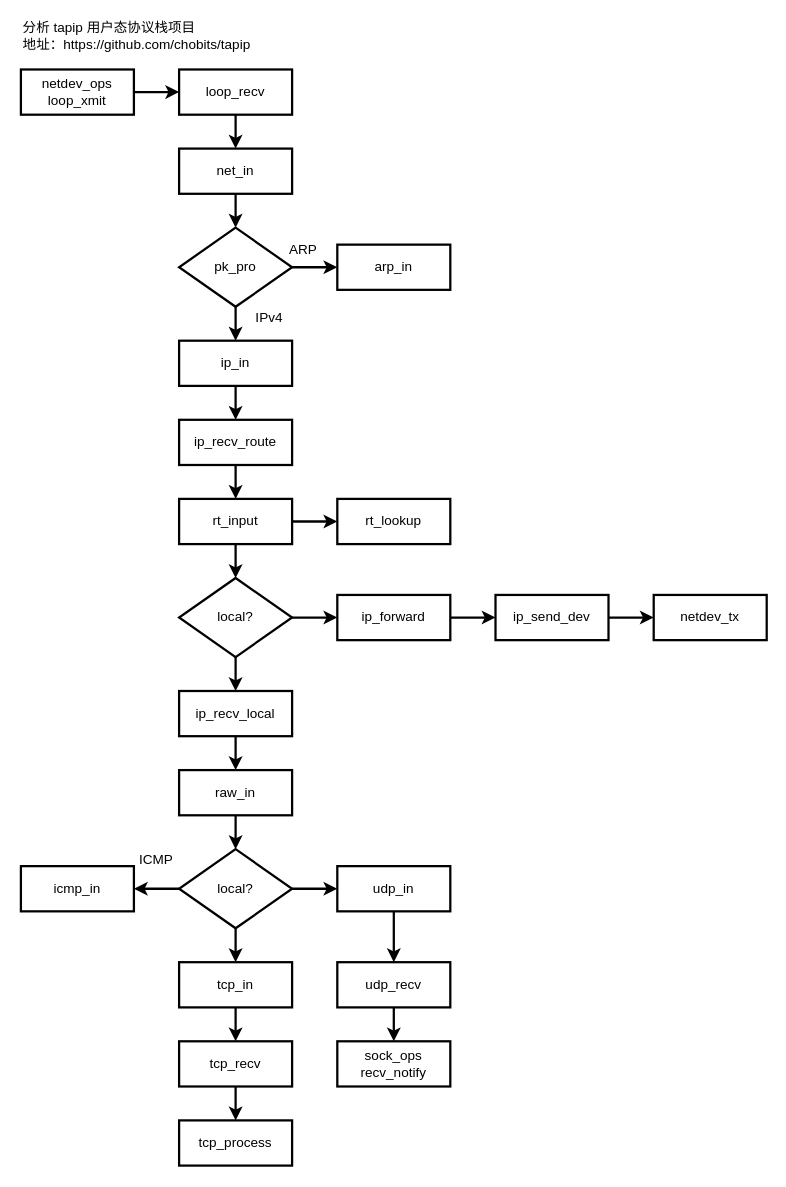
This is tapipprotostack.drawio from ctimbai/draw.io, a draw.io file, before an edit. Source tidied: cells renumbered, new cells numbered last; positions are measured from the earlier drawing's top-left corner, leaving out a move shared by most shapes. Both pictures are drawn from the tidied source at 113%, with x=0, y=0 at pixel (20, 24).
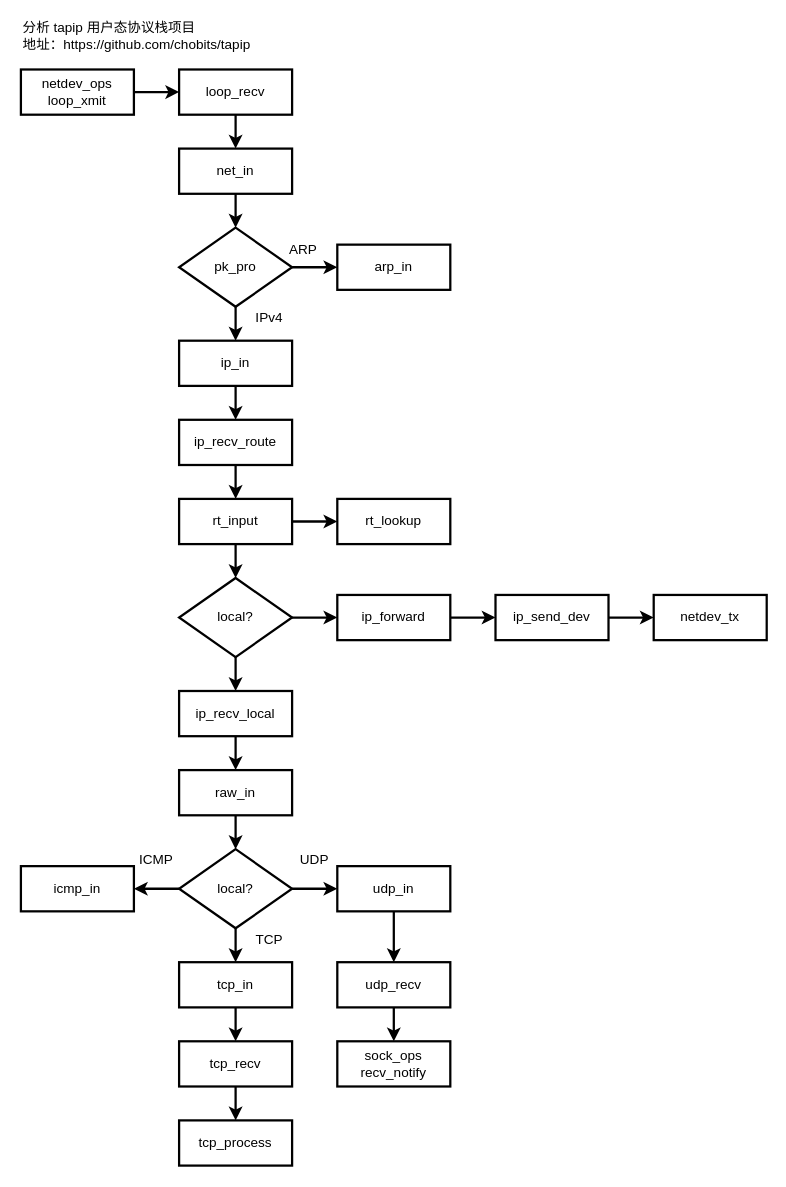
The same page after the edit.

The edit, as a diff of the source:
```diff
@@
+    <mxCell id="51" value="UDP" style="text;html=1;strokeColor=none;fillColor=none;align=center;verticalAlign=middle;whiteSpace=wrap;rounded=0;" parent="1" vertex="1">
+      <mxGeometry x="240" y="730" width="40" height="20" as="geometry" />
+    </mxCell>
+    <mxCell id="52" value="TCP" style="text;html=1;strokeColor=none;fillColor=none;align=center;verticalAlign=middle;whiteSpace=wrap;rounded=0;" parent="1" vertex="1">
+      <mxGeometry x="200" y="800" width="40" height="20" as="geometry" />
+    </mxCell>
```
